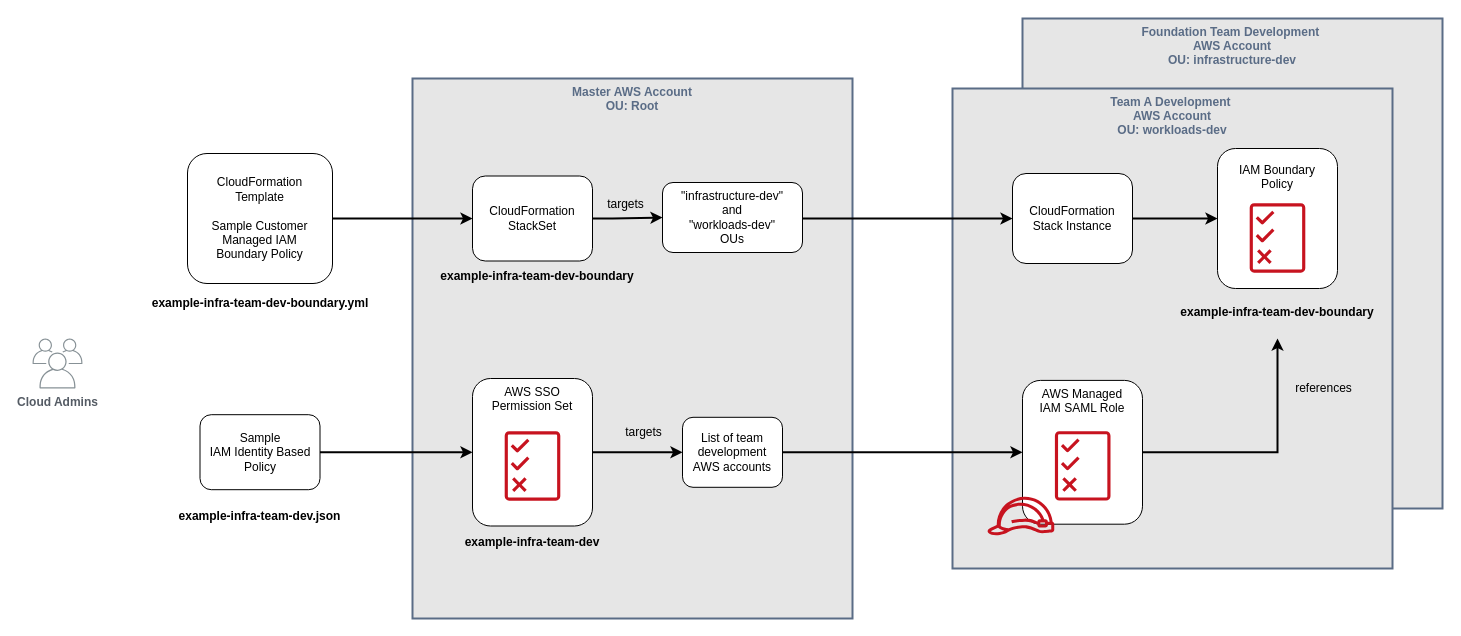
Above: page "provisioning" (1 of 2) of drawings/team-dev-env-access.drawio in aws-samples/aws-get-started-workshop (draw.io), before the change. Source tidied: cells renumbered, new cells numbered last; positions are measured from the earlier drawing's top-left corner, leaving out a move shared by most shapes. Both pictures are drawn from the tidied source at 100%, with x=0, y=0 at pixel (32, 18).
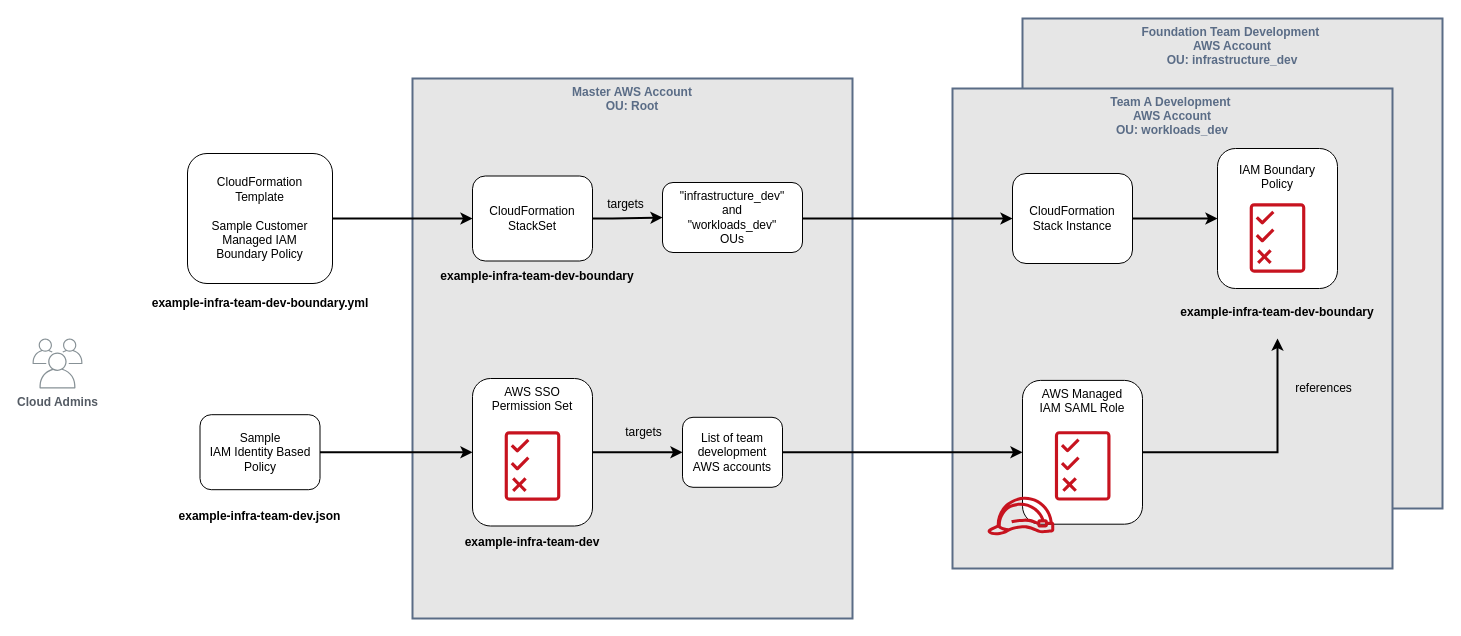
After the change.

The edit, as a diff of the source:
```diff
@@
-    <mxCell id="2" value="Foundation Team Development &#10;AWS Account&#10;OU: infrastructure-dev" style="fillColor=#e6e6e6;strokeColor=#5A6C86;verticalAlign=top;fontStyle=1;fontColor=#5A6C86;strokeWidth=2;" parent="1" vertex="1">
+    <mxCell id="2" value="Foundation Team Development &#10;AWS Account&#10;OU: infrastructure_dev" style="fillColor=#e6e6e6;strokeColor=#5A6C86;verticalAlign=top;fontStyle=1;fontColor=#5A6C86;strokeWidth=2;" parent="1" vertex="1">
       <mxGeometry x="990" width="420" height="490" as="geometry" />
     </mxCell>
-    <mxCell id="3" value="Team A Development &#10;AWS Account&#10;OU: workloads-dev" style="fillColor=#e6e6e6;strokeColor=#5A6C86;verticalAlign=top;fontStyle=1;fontColor=#5A6C86;strokeWidth=2;" parent="1" vertex="1">
+    <mxCell id="3" value="Team A Development &#10;AWS Account&#10;OU: workloads_dev" style="fillColor=#e6e6e6;strokeColor=#5A6C86;verticalAlign=top;fontStyle=1;fontColor=#5A6C86;strokeWidth=2;" parent="1" vertex="1">
       <mxGeometry x="920" y="70" width="440" height="480" as="geometry" />
     </mxCell>
@@
-    <mxCell id="13" value="&lt;div&gt;&quot;infrastructure-dev&quot;&lt;/div&gt;&lt;div&gt;and&lt;/div&gt;&lt;div&gt;&quot;workloads-dev&quot;&lt;/div&gt;&lt;div&gt;OUs&lt;/div&gt;" style="rounded=1;whiteSpace=wrap;html=1;" parent="1" vertex="1">
+    <mxCell id="13" value="&lt;div&gt;&quot;infrastructure_dev&quot;&lt;/div&gt;&lt;div&gt;and&lt;/div&gt;&lt;div&gt;&quot;workloads_dev&quot;&lt;/div&gt;&lt;div&gt;OUs&lt;/div&gt;" style="rounded=1;whiteSpace=wrap;html=1;" parent="1" vertex="1">
       <mxGeometry x="630" y="164" width="140" height="70" as="geometry" />
     </mxCell>
```
